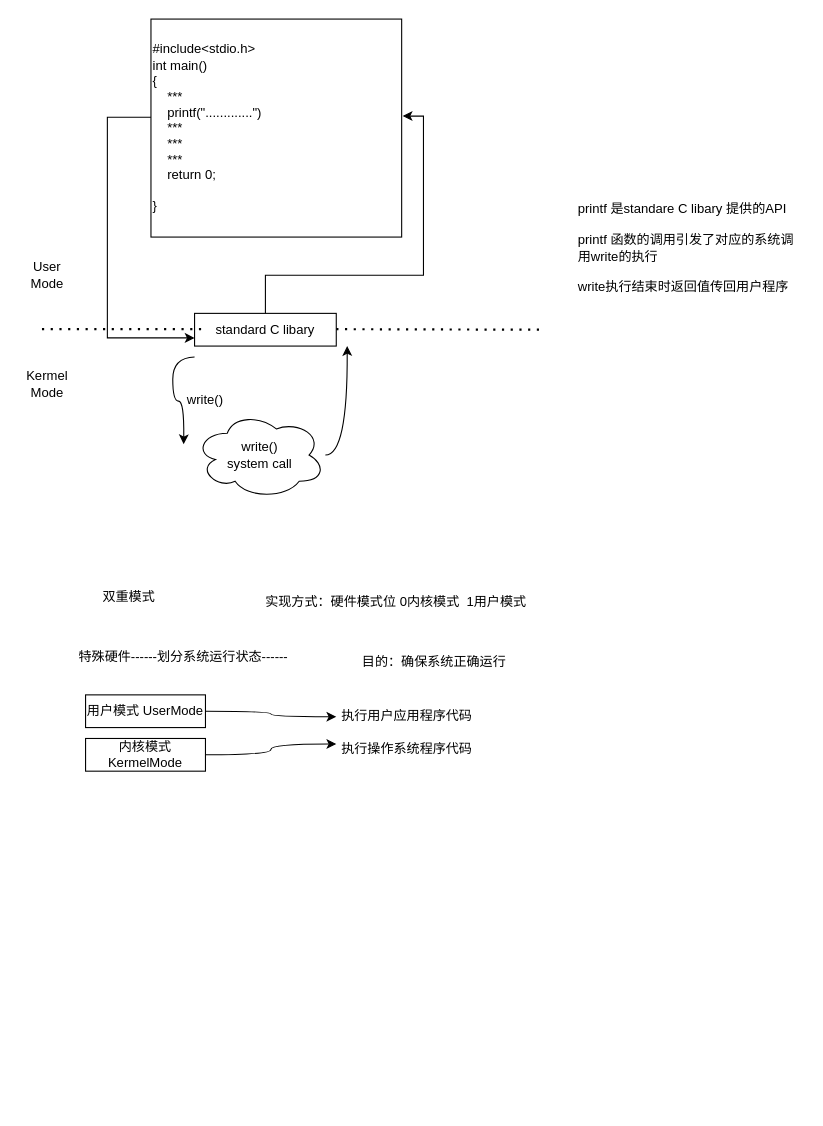
Earlier version of the draw.io diagram diagrams/os1.drawio (arxobject/spring_analysis). Source tidied: cells renumbered, new cells numbered last; positions are measured from the earlier drawing's top-left corner, leaving out a move shared by most shapes. Both pictures are drawn from the tidied source at 109%, with x=0, y=0 at pixel (20, 19).
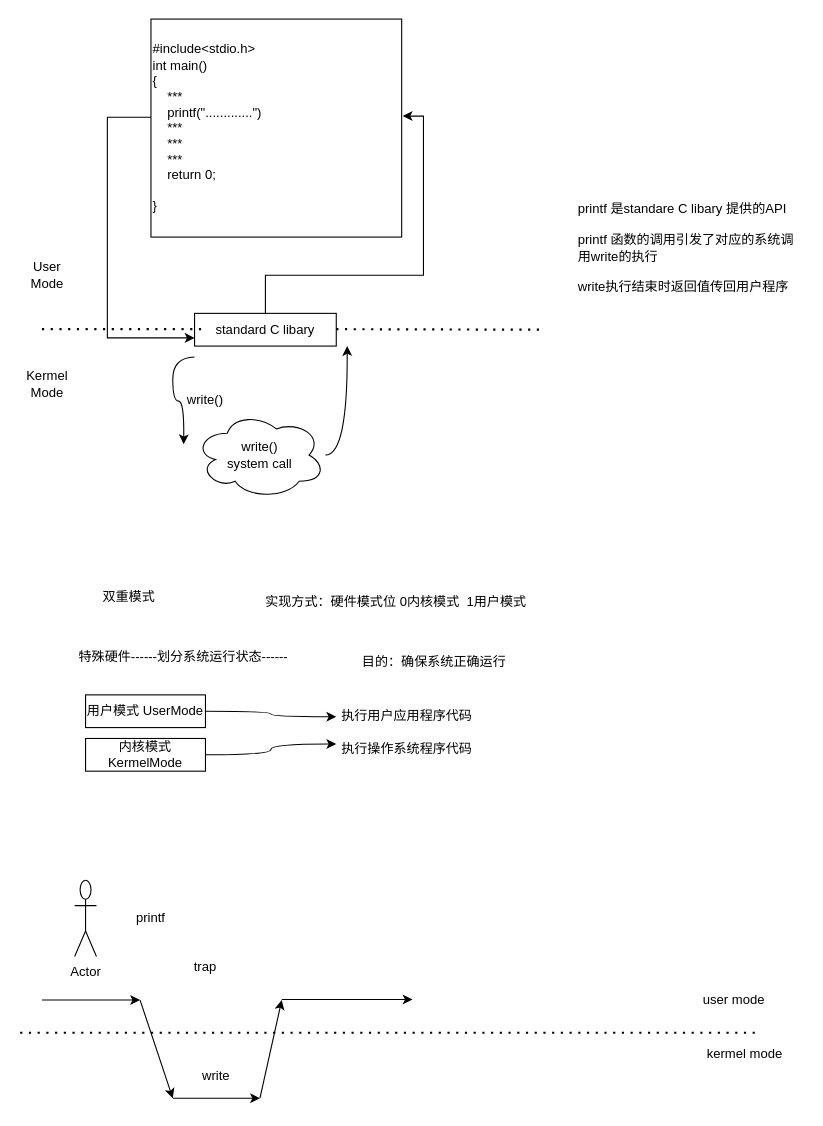
The same page after the edit.

What changed in the source:
```diff
@@
+    <mxCell id="25" value="Actor" style="shape=umlActor;verticalLabelPosition=bottom;verticalAlign=top;html=1;fillColor=#FFFFFF;" parent="1" vertex="1">
+      <mxGeometry x="50" y="790" width="20" height="70" as="geometry" />
+    </mxCell>
+    <mxCell id="26" style="endArrow=classic;html=1;" parent="1" edge="1">
+      <mxGeometry relative="1" as="geometry">
+        <mxPoint x="20" y="900" as="sourcePoint" />
+        <mxPoint x="110" y="900" as="targetPoint" />
+      </mxGeometry>
+    </mxCell>
+    <mxCell id="27" value="printf" style="text;html=1;strokeColor=none;fillColor=none;align=center;verticalAlign=middle;whiteSpace=wrap;rounded=0;" parent="1" vertex="1">
+      <mxGeometry x="100" y="815" width="40" height="20" as="geometry" />
+    </mxCell>
+    <mxCell id="28" style="endArrow=none;dashed=1;html=1;dashPattern=1 3;strokeWidth=2;" parent="1" edge="1">
+      <mxGeometry relative="1" as="geometry">
+        <mxPoint y="930" as="sourcePoint" />
+        <mxPoint x="680" y="930" as="targetPoint" />
+      </mxGeometry>
+    </mxCell>
+    <mxCell id="29" value="user mode" style="text;html=1;strokeColor=none;fillColor=none;align=center;verticalAlign=middle;whiteSpace=wrap;rounded=0;" parent="1" vertex="1">
+      <mxGeometry x="620" y="890" width="70" height="20" as="geometry" />
+    </mxCell>
+    <mxCell id="30" value="kermel mode" style="text;html=1;strokeColor=none;fillColor=none;align=center;verticalAlign=middle;whiteSpace=wrap;rounded=0;" parent="1" vertex="1">
+      <mxGeometry x="620" y="940" width="90" height="20" as="geometry" />
+    </mxCell>
+    <mxCell id="31" style="endArrow=classic;html=1;" parent="1" edge="1">
+      <mxGeometry relative="1" as="geometry">
+        <mxPoint x="140" y="990" as="sourcePoint" />
+        <mxPoint x="220" y="990" as="targetPoint" />
+      </mxGeometry>
+    </mxCell>
+    <mxCell id="32" style="endArrow=classic;html=1;" parent="1" edge="1">
+      <mxGeometry relative="1" as="geometry">
+        <mxPoint x="110" y="900" as="sourcePoint" />
+        <mxPoint x="140" y="990" as="targetPoint" />
+      </mxGeometry>
+    </mxCell>
+    <mxCell id="33" style="endArrow=classic;html=1;" parent="1" edge="1">
+      <mxGeometry relative="1" as="geometry">
+        <mxPoint x="240" y="899.5" as="sourcePoint" />
+        <mxPoint x="360" y="899.5" as="targetPoint" />
+      </mxGeometry>
+    </mxCell>
+    <mxCell id="34" style="endArrow=classic;html=1;" parent="1" edge="1">
+      <mxGeometry relative="1" as="geometry">
+        <mxPoint x="220" y="990" as="sourcePoint" />
+        <mxPoint x="240" y="900" as="targetPoint" />
+      </mxGeometry>
+    </mxCell>
+    <mxCell id="35" value="write" style="text;html=1;strokeColor=none;fillColor=none;align=center;verticalAlign=middle;whiteSpace=wrap;rounded=0;" parent="1" vertex="1">
+      <mxGeometry x="160" y="960" width="40" height="20" as="geometry" />
+    </mxCell>
+    <mxCell id="36" value="trap" style="text;html=1;strokeColor=none;fillColor=none;align=center;verticalAlign=middle;whiteSpace=wrap;rounded=0;" parent="1" vertex="1">
+      <mxGeometry x="150" y="860" width="40" height="20" as="geometry" />
+    </mxCell>
```
